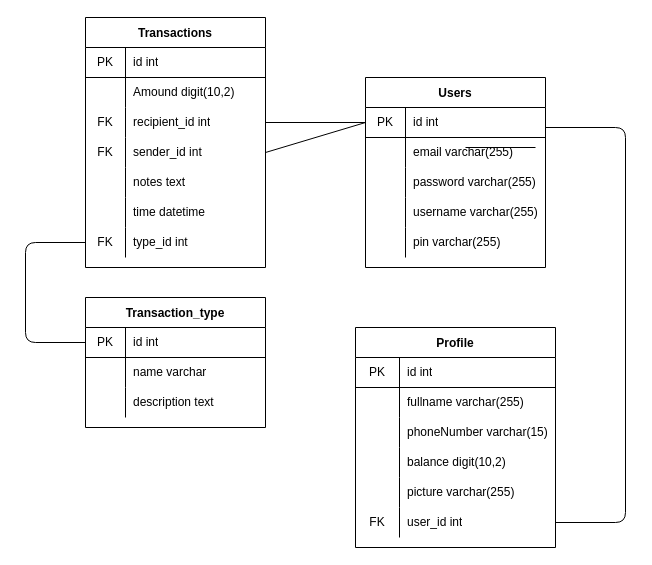
Above: fw9-backend/erd.drawio in Iransitumorang/fw9-Backend (draw.io), before the change. Source tidied: cells renumbered, new cells numbered last; positions are measured from the earlier drawing's top-left corner, leaving out a move shared by most shapes. Both pictures are drawn from the tidied source at 100%, with x=0, y=0 at pixel (25, 17).
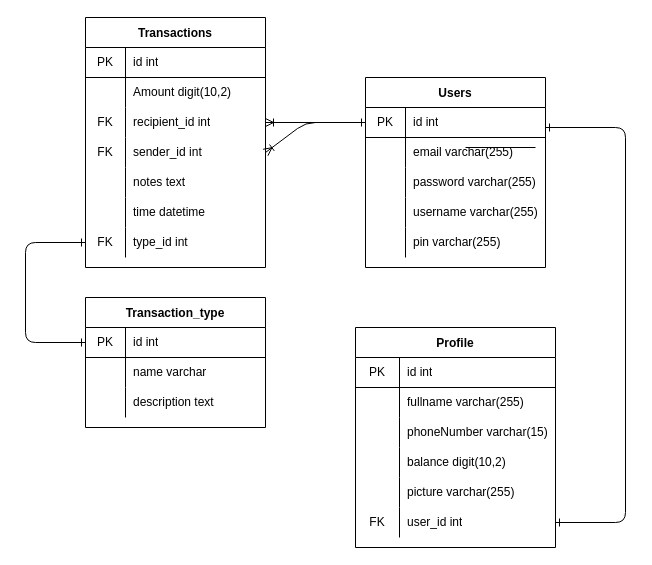
The same diagram, later.

The change refers to these unchanged cells:
```xml
<mxCell id="3" style="shape=partialRectangle;html=1;whiteSpace=wrap;fillColor=none;top=0;left=0;bottom=1;right=0;points=[[0,0.5],[1,0.5]];portConstraint=eastwest;" parent="2" vertex="1">
  <mxGeometry y="30" width="180" height="30" as="geometry" />
</mxCell>
<mxCell id="22" style="shape=partialRectangle;html=1;whiteSpace=wrap;fillColor=none;top=0;left=0;bottom=0;right=0;" parent="18" vertex="1">
  <mxGeometry y="60" width="180" height="30" as="geometry" />
</mxCell>
<mxCell id="25" style="shape=partialRectangle;html=1;whiteSpace=wrap;fillColor=none;top=0;left=0;bottom=0;right=0;points=[[0,0.5],[1,0.5]];portConstraint=eastwest;" parent="18" vertex="1">
  <mxGeometry y="90" width="180" height="30" as="geometry" />
</mxCell>
<mxCell id="28" style="shape=partialRectangle;html=1;whiteSpace=wrap;fillColor=none;top=0;left=0;bottom=0;right=0;points=[[0,0.5],[1,0.5]];portConstraint=eastwest;" parent="18" vertex="1">
  <mxGeometry y="120" width="180" height="30" as="geometry" />
</mxCell>
<mxCell id="37" style="shape=partialRectangle;html=1;whiteSpace=wrap;fillColor=none;top=0;left=0;bottom=0;right=0;points=[[0,0.5],[1,0.5]];portConstraint=eastwest;" parent="18" vertex="1">
  <mxGeometry y="210" width="180" height="30" as="geometry" />
</mxCell>
<mxCell id="41" style="shape=partialRectangle;html=1;whiteSpace=wrap;fillColor=none;top=0;left=0;bottom=1;right=0;points=[[0,0.5],[1,0.5]];portConstraint=eastwest;" parent="40" vertex="1">
  <mxGeometry y="30" width="180" height="30" as="geometry" />
</mxCell>
<mxCell id="66" style="shape=partialRectangle;html=1;whiteSpace=wrap;fillColor=none;top=0;left=0;bottom=0;right=0;points=[[0,0.5],[1,0.5]];portConstraint=eastwest;" parent="50" vertex="1">
  <mxGeometry y="180" width="200" height="30" as="geometry" />
</mxCell>
```

The edit, as a diff of the source:
```diff
@@
-    <mxCell id="24" value="Amound digit(10,2)" style="shape=partialRectangle;html=1;whiteSpace=wrap;fillColor=none;top=0;left=0;bottom=0;right=0;align=left;spacingLeft=6;overflow=hidden;" parent="22" vertex="1">
+    <mxCell id="24" value="Amount digit(10,2)" style="shape=partialRectangle;html=1;whiteSpace=wrap;fillColor=none;top=0;left=0;bottom=0;right=0;align=left;spacingLeft=6;overflow=hidden;" parent="22" vertex="1">
       <mxGeometry x="40" width="140" height="30" as="geometry" />
     </mxCell>
@@
-    <mxCell id="70" style="endArrow=none;html=1;exitX=1;exitY=0.5;exitDx=0;exitDy=0;entryX=0;entryY=0.5;entryDx=0;entryDy=0;" parent="1" edge="1" source="25" target="3">
+    <mxCell id="70" style="endArrow=none;html=1;exitX=1;exitY=0.5;exitDx=0;exitDy=0;entryX=0;entryY=0.5;entryDx=0;entryDy=0;startArrow=ERoneToMany;startFill=0;" parent="1" edge="1" source="25" target="3">
       <mxGeometry relative="1" as="geometry" />
     </mxCell>
-    <mxCell id="71" style="endArrow=none;html=1;exitX=1;exitY=0.5;exitDx=0;exitDy=0;entryX=0;entryY=0.5;entryDx=0;entryDy=0;" parent="1" edge="1" source="28" target="3">
-      <mxGeometry relative="1" as="geometry" />
+    <mxCell id="71" style="endArrow=ERone;html=1;exitX=1;exitY=0.5;exitDx=0;exitDy=0;entryX=0;entryY=0.5;entryDx=0;entryDy=0;startArrow=ERoneToMany;startFill=0;endFill=0;" parent="1" edge="1" source="28" target="3">
+      <mxGeometry relative="1" as="geometry">
+        <Array as="points">
+          <mxPoint x="280" y="105" />
+        </Array>
+      </mxGeometry>
     </mxCell>
-    <mxCell id="72" style="endArrow=none;html=1;exitX=0;exitY=0.5;exitDx=0;exitDy=0;entryX=0;entryY=0.5;entryDx=0;entryDy=0;" parent="1" edge="1" source="41" target="37">
+    <mxCell id="72" style="endArrow=ERone;html=1;exitX=0;exitY=0.5;exitDx=0;exitDy=0;entryX=0;entryY=0.5;entryDx=0;entryDy=0;startArrow=ERone;startFill=0;endFill=0;" parent="1" edge="1" source="41" target="37">
       <mxGeometry relative="1" as="geometry">
         <Array as="points">
           <mxPoint y="325" />
           <mxPoint y="225" />
         </Array>
       </mxGeometry>
     </mxCell>
-    <mxCell id="73" style="endArrow=none;html=1;entryX=1;entryY=0.5;entryDx=0;entryDy=0;" parent="1" edge="1" target="66">
+    <mxCell id="73" style="endArrow=ERone;html=1;entryX=1;entryY=0.5;entryDx=0;entryDy=0;endFill=0;startArrow=ERone;startFill=0;" parent="1" edge="1" target="66">
       <mxGeometry relative="1" as="geometry">
         <mxPoint x="520" y="110" as="sourcePoint" />
         <Array as="points">
           <mxPoint x="600" y="110" />
           <mxPoint x="600" y="505" />
         </Array>
       </mxGeometry>
     </mxCell>
```
